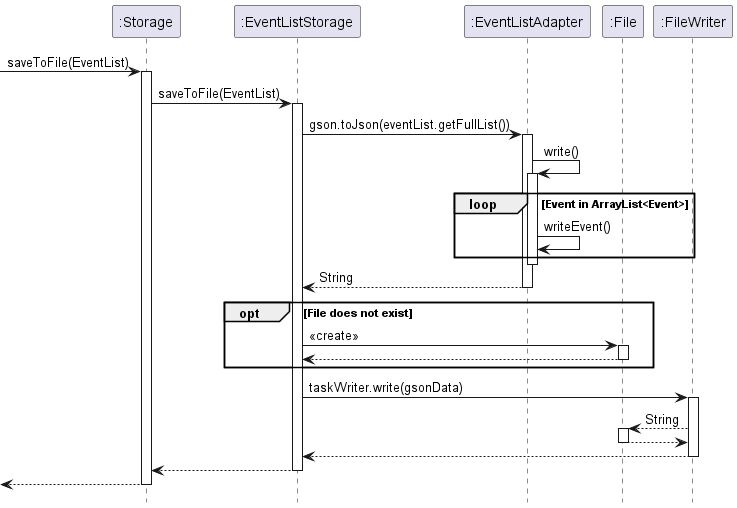
Above: docs/UML/Images/SaveToFile.png in nus-cs2113-AY2223S2/tp (PlantUML), before the change.
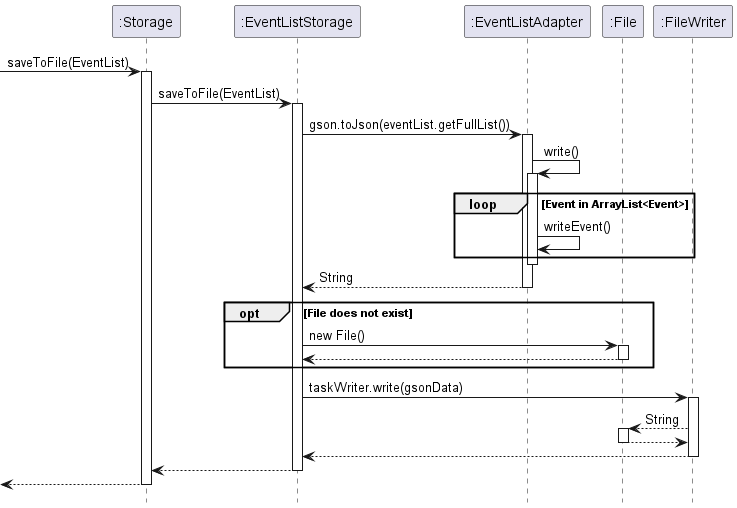
After the commit.

Commit message:
Fix bug in SaveToFile UML

What changed in the source:
```diff
@@ -15,7 +15,7 @@
     ":EventListAdapter" --> ":EventListStorage" : String
     deactivate ":EventListAdapter"
     opt File does not exist
-        ":EventListStorage" -> ":File" : <<create>>
+        ":EventListStorage" -> ":File" : new File()
         activate ":File"
         ":File" --> ":EventListStorage"
         deactivate ":File"
```
